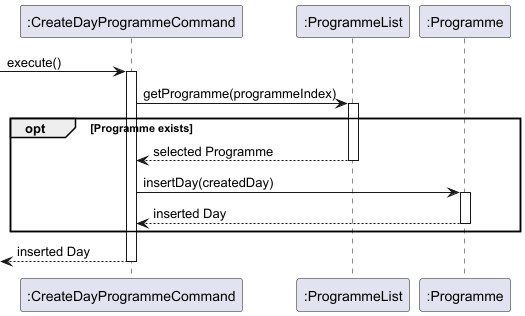
The PlantUML diagram docs/images/addDayCommand.png in nus-cs2113-AY2425S1/tp, before a commit.
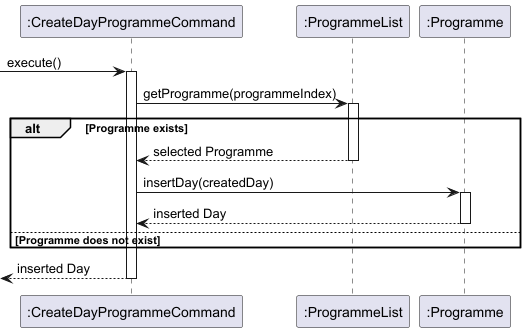
The same diagram one commit later.

Diff of the diagram source:
```diff
@@ -9,7 +9,7 @@
 CreateDayProgrammeCommand -> ProgrammeList : getProgramme(programmeIndex)
 activate ProgrammeList
 
-opt Programme exists
+alt Programme exists
     ProgrammeList --> CreateDayProgrammeCommand : selected Programme
     deactivate ProgrammeList
 
@@ -18,6 +18,7 @@
 
     Programme --> CreateDayProgrammeCommand : inserted Day
     deactivate Programme
+    else Programme does not exist
 end
 
 <-- CreateDayProgrammeCommand : inserted Day
```
